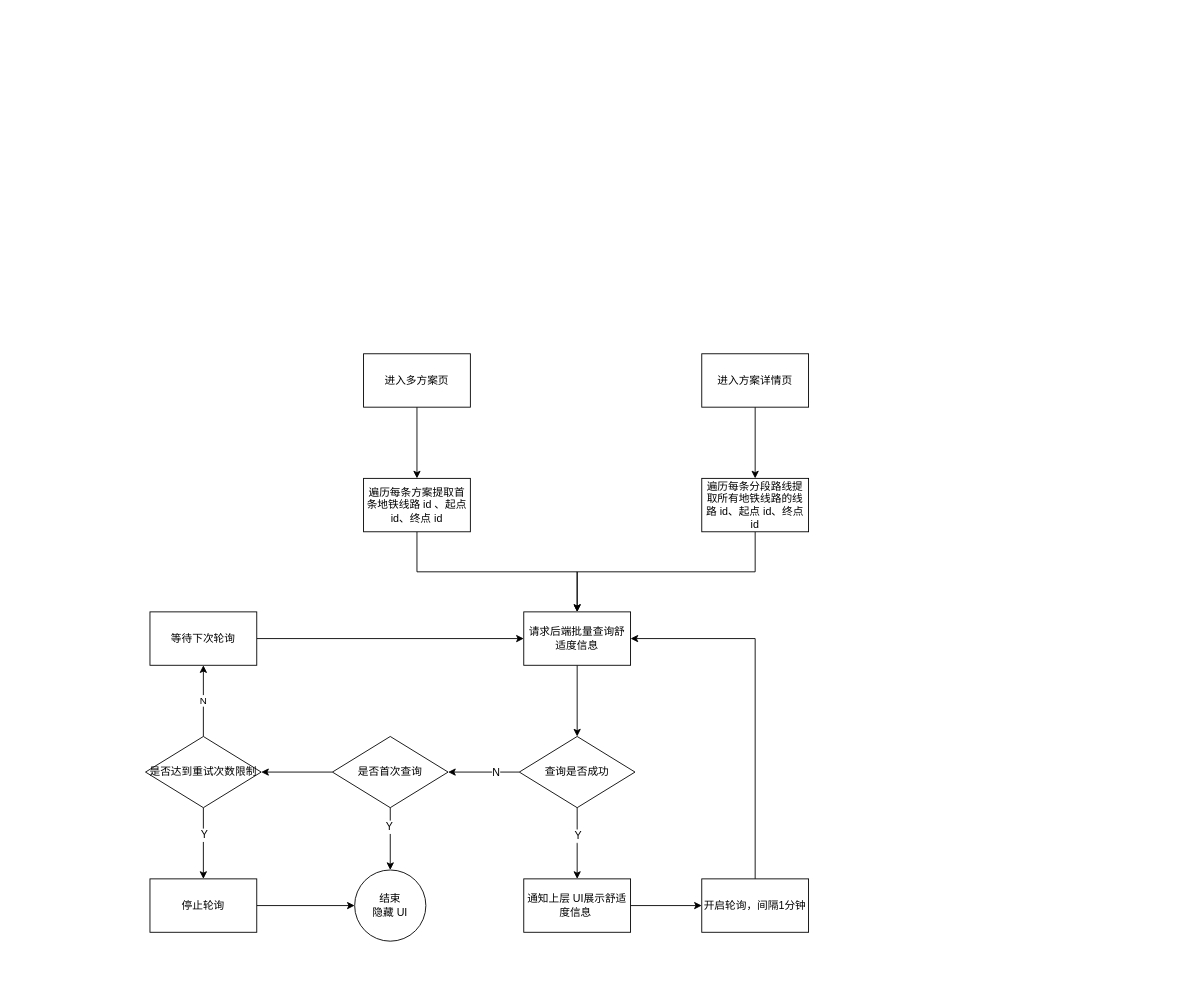
Before: page "Page-1" (1 of 2) of 地铁舒适度.drawio in wangziji/graphics, a draw.io diagram. Source tidied: cells renumbered, new cells numbered last; positions are measured from the earlier drawing's top-left corner, leaving out a move shared by most shapes. Both pictures are drawn from the tidied source at 89%, with x=0, y=0 at pixel (145, 353).
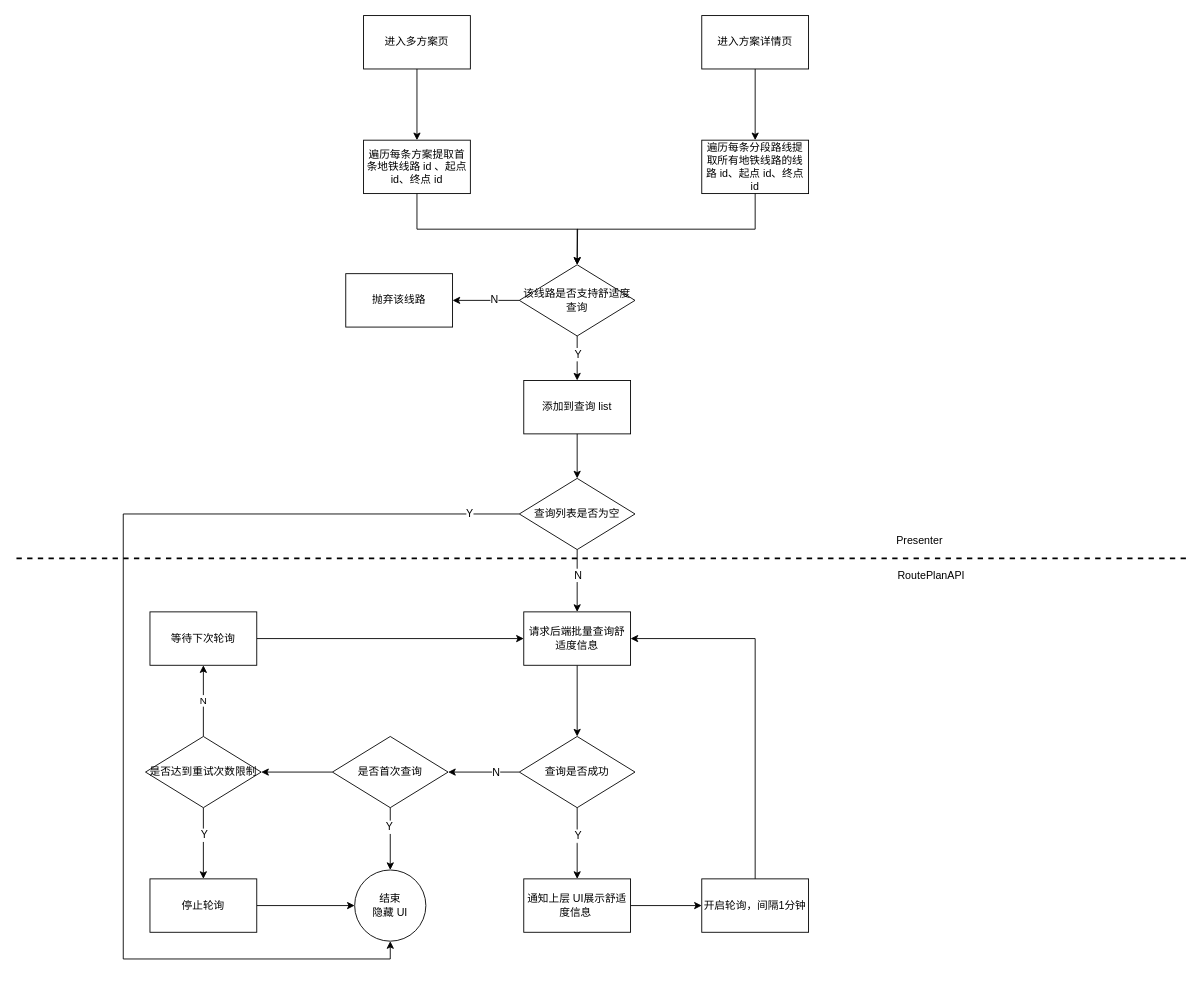
The same diagram, later.

Commit message:
Update 地铁舒适度.drawio

The change refers to these unchanged cells:
```xml
<mxCell id="11" value="请求后端批量查询舒适度信息" style="rounded=0;whiteSpace=wrap;html=1;" parent="1" vertex="1">
  <mxGeometry x="425" y="290" width="120" height="60" as="geometry" />
</mxCell>
<mxCell id="29" value="结束&lt;br&gt;隐藏 UI" style="ellipse;whiteSpace=wrap;html=1;" parent="1" vertex="1">
  <mxGeometry x="235" y="580" width="80" height="80" as="geometry" />
</mxCell>
```

What changed in the source:
```diff
@@
-    <mxCell id="2" style="edgeStyle=orthogonalEdgeStyle;rounded=0;jettySize=auto;html=1;" parent="1" edge="1" source="3" target="5">
-      <mxGeometry relative="1" as="geometry" />
-    </mxCell>
-    <mxCell id="3" value="进入多方案页" style="rounded=0;whiteSpace=wrap;html=1;" parent="1" vertex="1">
-      <mxGeometry x="245" width="120" height="60" as="geometry" />
-    </mxCell>
-    <mxCell id="4" style="edgeStyle=orthogonalEdgeStyle;rounded=0;jettySize=auto;html=1;exitX=0.5;exitY=1;exitDx=0;exitDy=0;entryX=0.5;entryY=0;entryDx=0;entryDy=0;" parent="1" edge="1" source="5" target="11">
-      <mxGeometry relative="1" as="geometry" />
-    </mxCell>
-    <mxCell id="5" value="遍历每条方案提取首条地铁线路 id 、起点 id、终点 id" style="rounded=0;whiteSpace=wrap;html=1;" parent="1" vertex="1">
-      <mxGeometry x="245" y="140" width="120" height="60" as="geometry" />
-    </mxCell>
-    <mxCell id="6" style="edgeStyle=orthogonalEdgeStyle;rounded=0;jettySize=auto;html=1;" parent="1" edge="1" source="7" target="9">
-      <mxGeometry relative="1" as="geometry" />
-    </mxCell>
-    <mxCell id="7" value="进入方案详情页" style="rounded=0;whiteSpace=wrap;html=1;" parent="1" vertex="1">
-      <mxGeometry x="625" width="120" height="60" as="geometry" />
-    </mxCell>
-    <mxCell id="8" style="edgeStyle=orthogonalEdgeStyle;rounded=0;jettySize=auto;html=1;exitX=0.5;exitY=1;exitDx=0;exitDy=0;entryX=0.5;entryY=0;entryDx=0;entryDy=0;" parent="1" edge="1" source="9" target="11">
-      <mxGeometry relative="1" as="geometry" />
-    </mxCell>
-    <mxCell id="9" value="遍历每条分段路线提取所有地铁线路的线路 id、起点 id、终点 id" style="rounded=0;whiteSpace=wrap;html=1;" parent="1" vertex="1">
-      <mxGeometry x="625" y="140" width="120" height="60" as="geometry" />
-    </mxCell>
@@
+    <mxCell id="34" style="edgeStyle=orthogonalEdgeStyle;rounded=0;jettySize=auto;html=1;exitX=0.5;exitY=1;exitDx=0;exitDy=0;entryX=0.5;entryY=0;entryDx=0;entryDy=0;" parent="1" edge="1" source="38" target="11">
+      <mxGeometry relative="1" as="geometry" />
+    </mxCell>
+    <mxCell id="35" value="N" style="text;html=1;align=center;verticalAlign=middle;labelBackgroundColor=#ffffff;" parent="34" vertex="1">
+      <mxGeometry x="-0.2" relative="1" as="geometry" />
+    </mxCell>
+    <mxCell id="36" style="edgeStyle=orthogonalEdgeStyle;rounded=0;jettySize=auto;html=1;exitX=0;exitY=0.5;exitDx=0;exitDy=0;entryX=0.5;entryY=1;entryDx=0;entryDy=0;" parent="1" edge="1" source="38" target="29">
+      <mxGeometry relative="1" as="geometry">
+        <Array as="points">
+          <mxPoint x="-25" y="180" />
+          <mxPoint x="-25" y="680" />
+          <mxPoint x="275" y="680" />
+        </Array>
+      </mxGeometry>
+    </mxCell>
+    <mxCell id="37" value="Y" style="text;html=1;align=center;verticalAlign=middle;labelBackgroundColor=#ffffff;" parent="36" vertex="1">
+      <mxGeometry x="-0.91" y="-1" relative="1" as="geometry" />
+    </mxCell>
+    <mxCell id="38" value="查询列表是否为空" style="rhombus;whiteSpace=wrap;html=1;" parent="1" vertex="1">
+      <mxGeometry x="420" y="140" width="130" height="80" as="geometry" />
+    </mxCell>
+    <mxCell id="39" style="group;" parent="1" vertex="1">
+      <mxGeometry x="225" y="-380" width="520" height="450" as="geometry" />
+    </mxCell>
+    <mxCell id="40" style="group;" parent="39" vertex="1">
+      <mxGeometry x="20" width="500" height="270" as="geometry" />
+    </mxCell>
+    <mxCell id="41" style="group;" parent="40" vertex="1">
+      <mxGeometry width="500" height="200" as="geometry" />
+    </mxCell>
+    <mxCell id="3" value="进入多方案页" style="rounded=0;whiteSpace=wrap;html=1;" parent="41" vertex="1">
+      <mxGeometry width="120" height="60" as="geometry" />
+    </mxCell>
+    <mxCell id="2" style="edgeStyle=orthogonalEdgeStyle;rounded=0;jettySize=auto;html=1;" parent="41" edge="1" source="3" target="5">
+      <mxGeometry relative="1" as="geometry" />
+    </mxCell>
+    <mxCell id="7" value="进入方案详情页" style="rounded=0;whiteSpace=wrap;html=1;" parent="41" vertex="1">
+      <mxGeometry x="380" width="120" height="60" as="geometry" />
+    </mxCell>
+    <mxCell id="9" value="遍历每条分段路线提取所有地铁线路的线路 id、起点 id、终点 id" style="rounded=0;whiteSpace=wrap;html=1;" parent="41" vertex="1">
+      <mxGeometry x="380" y="140" width="120" height="60" as="geometry" />
+    </mxCell>
+    <mxCell id="6" style="edgeStyle=orthogonalEdgeStyle;rounded=0;jettySize=auto;html=1;" parent="41" edge="1" source="7" target="9">
+      <mxGeometry relative="1" as="geometry" />
+    </mxCell>
+    <mxCell id="42" style="group;" parent="41" vertex="1">
+      <mxGeometry y="140" width="120" height="60" as="geometry" />
+    </mxCell>
+    <mxCell id="5" value="遍历每条方案提取首条地铁线路 id 、起点 id、终点 id" style="rounded=0;whiteSpace=wrap;html=1;" parent="42" vertex="1">
+      <mxGeometry width="120" height="60" as="geometry" />
+    </mxCell>
+    <mxCell id="4" style="edgeStyle=orthogonalEdgeStyle;rounded=0;jettySize=auto;html=1;exitX=0.5;exitY=1;exitDx=0;exitDy=0;" parent="40" edge="1" source="5">
+      <mxGeometry relative="1" as="geometry">
+        <mxPoint x="240" y="280" as="targetPoint" />
+      </mxGeometry>
+    </mxCell>
+    <mxCell id="43" value="该线路是否支持舒适度查询" style="rhombus;whiteSpace=wrap;html=1;" parent="39" vertex="1">
+      <mxGeometry x="195" y="280" width="130" height="80" as="geometry" />
+    </mxCell>
+    <mxCell id="44" value="添加到查询 list" style="rounded=0;whiteSpace=wrap;html=1;glass=0;" parent="39" vertex="1">
+      <mxGeometry x="200" y="410" width="120" height="60" as="geometry" />
+    </mxCell>
+    <mxCell id="45" style="edgeStyle=orthogonalEdgeStyle;rounded=0;jettySize=auto;html=1;exitX=0.5;exitY=1;exitDx=0;exitDy=0;entryX=0.5;entryY=0;entryDx=0;entryDy=0;" parent="39" edge="1" source="43" target="44">
+      <mxGeometry relative="1" as="geometry" />
+    </mxCell>
+    <mxCell id="46" value="Y" style="text;html=1;align=center;verticalAlign=middle;labelBackgroundColor=#ffffff;" parent="45" vertex="1">
+      <mxGeometry x="-0.2" y="1" relative="1" as="geometry">
+        <mxPoint x="-1" as="offset" />
+      </mxGeometry>
+    </mxCell>
+    <mxCell id="47" value="抛弃该线路" style="rounded=0;whiteSpace=wrap;html=1;glass=0;" parent="39" vertex="1">
+      <mxGeometry y="290" width="120" height="60" as="geometry" />
+    </mxCell>
+    <mxCell id="48" style="edgeStyle=orthogonalEdgeStyle;rounded=0;jettySize=auto;html=1;exitX=0;exitY=0.5;exitDx=0;exitDy=0;entryX=1;entryY=0.5;entryDx=0;entryDy=0;" parent="39" edge="1" source="43" target="47">
+      <mxGeometry relative="1" as="geometry" />
+    </mxCell>
+    <mxCell id="49" value="N" style="text;html=1;align=center;verticalAlign=middle;labelBackgroundColor=#ffffff;" parent="48" vertex="1">
+      <mxGeometry x="-0.23" y="-1" relative="1" as="geometry" />
+    </mxCell>
+    <mxCell id="8" style="edgeStyle=orthogonalEdgeStyle;rounded=0;jettySize=auto;html=1;exitX=0.5;exitY=1;exitDx=0;exitDy=0;entryX=0.5;entryY=0;entryDx=0;entryDy=0;" parent="39" edge="1" source="9" target="43">
+      <mxGeometry relative="1" as="geometry" />
+    </mxCell>
+    <mxCell id="50" style="edgeStyle=orthogonalEdgeStyle;rounded=0;jettySize=auto;html=1;exitX=0.5;exitY=1;exitDx=0;exitDy=0;entryX=0.5;entryY=0;entryDx=0;entryDy=0;" parent="1" edge="1" source="44" target="38">
+      <mxGeometry relative="1" as="geometry" />
+    </mxCell>
+    <mxCell id="51" style="endArrow=none;dashed=1;html=1;strokeWidth=2;" parent="1" edge="1">
+      <mxGeometry relative="1" as="geometry">
+        <mxPoint x="-145" y="230" as="sourcePoint" />
+        <mxPoint x="1169" y="230" as="targetPoint" />
+      </mxGeometry>
+    </mxCell>
+    <mxCell id="52" value="Presenter" style="text;html=1;strokeColor=none;fillColor=none;align=center;verticalAlign=middle;whiteSpace=wrap;rounded=0;glass=0;" parent="1" vertex="1">
+      <mxGeometry x="835" y="200" width="70" height="20" as="geometry" />
+    </mxCell>
+    <mxCell id="53" value="RoutePlanAPI" style="text;html=1;strokeColor=none;fillColor=none;align=center;verticalAlign=middle;whiteSpace=wrap;rounded=0;glass=0;" parent="1" vertex="1">
+      <mxGeometry x="833" y="240" width="100" height="20" as="geometry" />
+    </mxCell>
```
